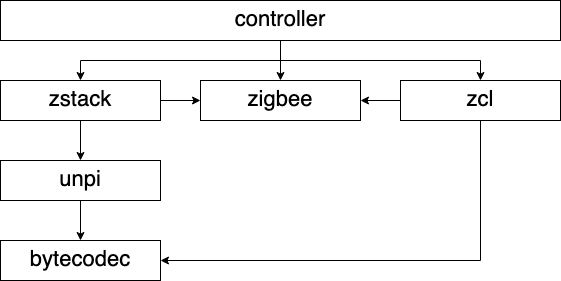
This is static/imgs/docs/introduction/controller-stack.png from shimmeringbee/shimmeringbee.io, a draw.io export, as it was before one commit. Source tidied: cells renumbered, new cells last; positions are measured from the earlier drawing's top-left corner, leaving out a move shared by most shapes.
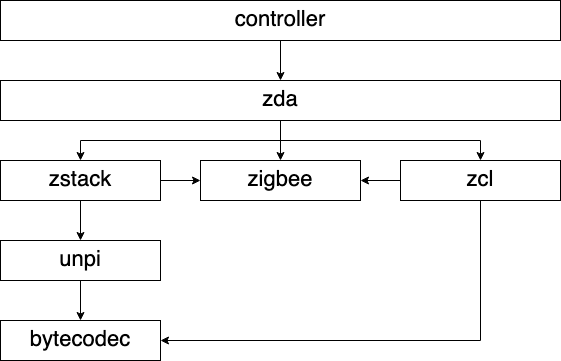
Above is the later version.

Diff of the diagram source:
```diff
@@ -2,17 +2,11 @@
   <root>
     <mxCell id="0" />
     <mxCell id="1" parent="0" />
-    <mxCell id="2" style="edgeStyle=orthogonalEdgeStyle;rounded=0;jettySize=auto;html=1;" parent="1" edge="1" source="5" target="15">
-      <mxGeometry relative="1" as="geometry" />
-    </mxCell>
-    <mxCell id="3" style="edgeStyle=orthogonalEdgeStyle;rounded=0;jettySize=auto;html=1;exitX=0.5;exitY=1;exitDx=0;exitDy=0;" parent="1" edge="1" source="5" target="12">
-      <mxGeometry relative="1" as="geometry" />
-    </mxCell>
-    <mxCell id="4" style="edgeStyle=orthogonalEdgeStyle;rounded=0;jettySize=auto;html=1;" parent="1" edge="1" source="5" target="9">
-      <mxGeometry relative="1" as="geometry" />
-    </mxCell>
+    <mxCell id="16" style="edgeStyle=orthogonalEdgeStyle;rounded=0;jettySize=auto;html=1;exitX=0.5;exitY=1;exitDx=0;exitDy=0;" parent="1" edge="1" source="5" target="20">
+      <mxGeometry relative="1" as="geometry" />
+    </mxCell>
     <mxCell id="5" value="&lt;div&gt;controller&lt;/div&gt;" style="rounded=0;whiteSpace=wrap;html=1;fontSize=22;" parent="1" vertex="1">
-      <mxGeometry width="560" height="40" as="geometry" />
+      <mxGeometry y="-80" width="560" height="40" as="geometry" />
     </mxCell>
     <mxCell id="6" style="edgeStyle=orthogonalEdgeStyle;rounded=0;jettySize=auto;html=1;" parent="1" edge="1" source="7" target="8">
       <mxGeometry relative="1" as="geometry" />
@@ -48,5 +42,17 @@
     <mxCell id="15" value="zstack" style="rounded=0;whiteSpace=wrap;html=1;fontSize=22;" parent="1" vertex="1">
       <mxGeometry y="80" width="160" height="40" as="geometry" />
     </mxCell>
+    <mxCell id="17" style="edgeStyle=orthogonalEdgeStyle;rounded=0;jettySize=auto;html=1;exitX=0.5;exitY=1;exitDx=0;exitDy=0;" parent="1" edge="1" source="20" target="15">
+      <mxGeometry relative="1" as="geometry" />
+    </mxCell>
+    <mxCell id="18" style="edgeStyle=orthogonalEdgeStyle;rounded=0;jettySize=auto;html=1;exitX=0.5;exitY=1;exitDx=0;exitDy=0;entryX=0.5;entryY=0;entryDx=0;entryDy=0;" parent="1" edge="1" source="20" target="9">
+      <mxGeometry relative="1" as="geometry" />
+    </mxCell>
+    <mxCell id="19" style="edgeStyle=orthogonalEdgeStyle;rounded=0;jettySize=auto;html=1;exitX=0.5;exitY=1;exitDx=0;exitDy=0;" parent="1" edge="1" source="20" target="12">
+      <mxGeometry relative="1" as="geometry" />
+    </mxCell>
+    <mxCell id="20" value="&lt;div&gt;zda&lt;/div&gt;" style="rounded=0;whiteSpace=wrap;html=1;fontSize=22;" parent="1" vertex="1">
+      <mxGeometry width="560" height="40" as="geometry" />
+    </mxCell>
   </root>
 </mxGraphModel>
```
